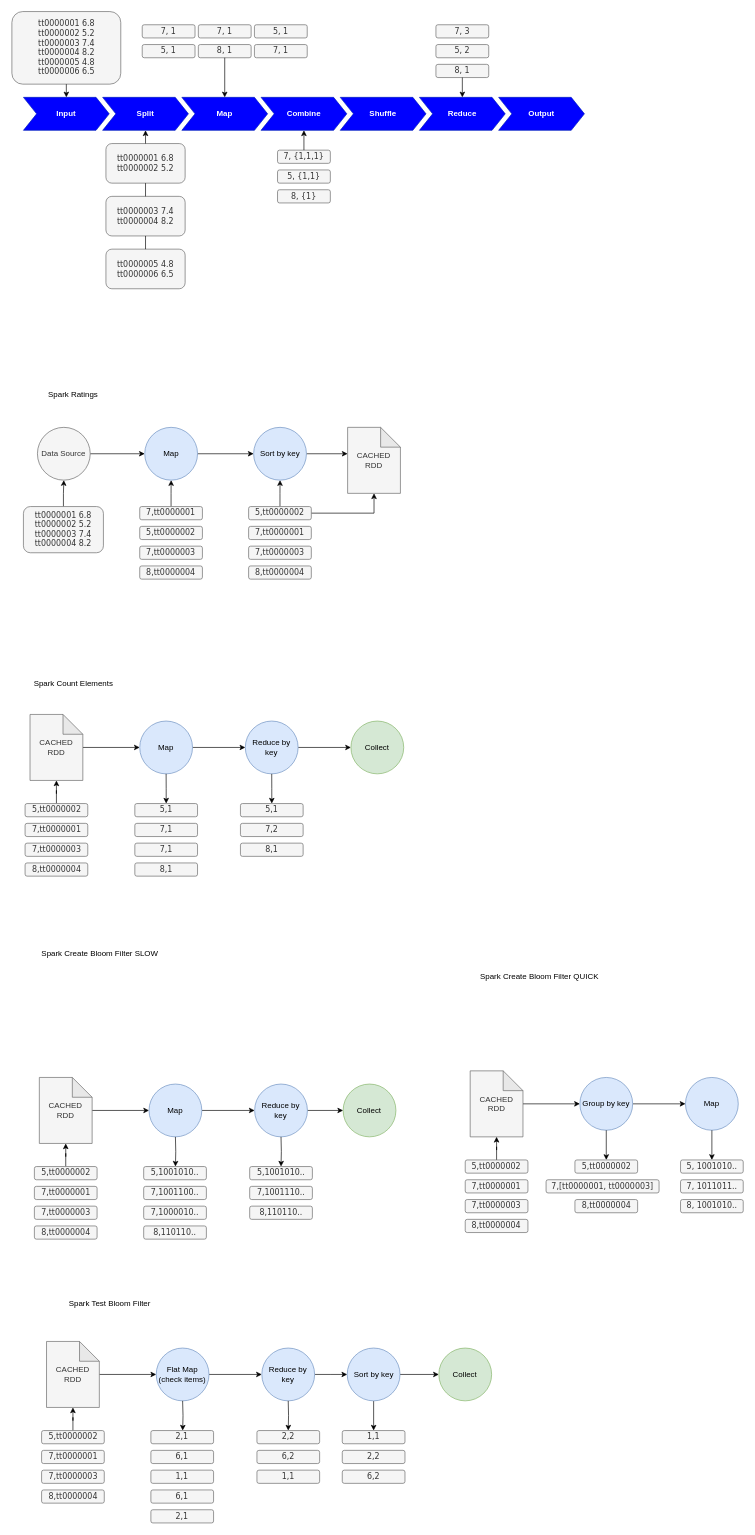
Earlier version of the draw.io diagram diagrams.drawio (MacroBet/cloud_computing_project). Source tidied: cells renumbered, new cells numbered last; positions are measured from the earlier drawing's top-left corner, leaving out a move shared by most shapes. Both pictures are drawn from the tidied source at 66%, with x=0, y=0 at pixel (11, 11).
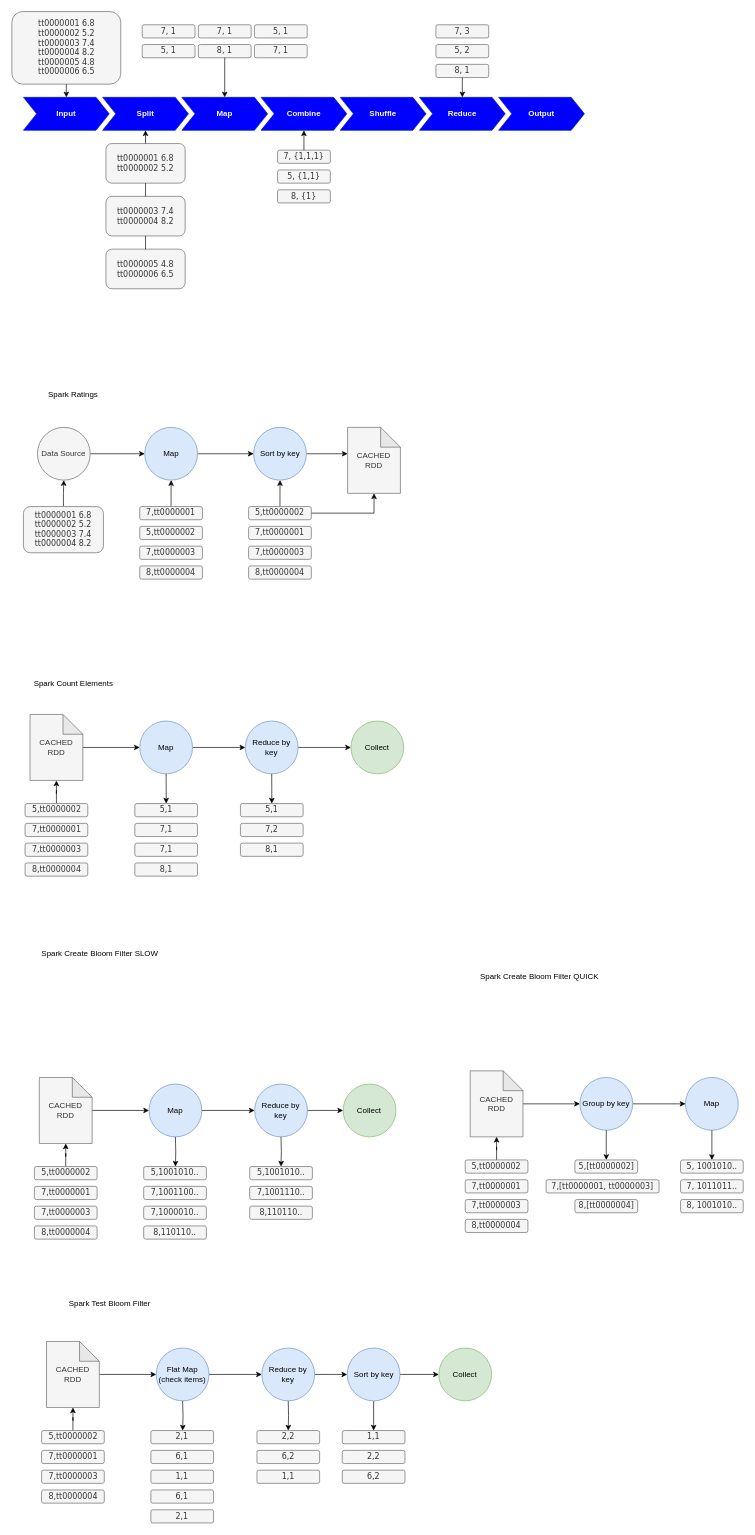
Above is the later version.

Diff of the diagram source:
```diff
@@
-    <mxCell id="86" value="&lt;span style=&quot;font-family: Verdana;&quot;&gt;5,tt0000002&lt;/span&gt;" style="rounded=1;whiteSpace=wrap;html=1;fillColor=#f5f5f5;fontColor=#333333;strokeColor=#666666;" parent="1" vertex="1">
+    <mxCell id="86" value="&lt;span style=&quot;font-family: Verdana;&quot;&gt;5,[tt0000002]&lt;/span&gt;" style="rounded=1;whiteSpace=wrap;html=1;fillColor=#f5f5f5;fontColor=#333333;strokeColor=#666666;" parent="1" vertex="1">
       <mxGeometry x="853.6" y="1740" width="95" height="20" as="geometry" />
     </mxCell>
-    <mxCell id="87" value="&lt;div&gt;&lt;/div&gt;&lt;span style=&quot;font-family: Verdana;&quot;&gt;8,tt0000004&lt;/span&gt;" style="rounded=1;whiteSpace=wrap;html=1;fillColor=#f5f5f5;fontColor=#333333;strokeColor=#666666;" parent="1" vertex="1">
+    <mxCell id="87" value="&lt;div&gt;&lt;/div&gt;&lt;span style=&quot;font-family: Verdana;&quot;&gt;8,[tt0000004]&lt;/span&gt;" style="rounded=1;whiteSpace=wrap;html=1;fillColor=#f5f5f5;fontColor=#333333;strokeColor=#666666;" parent="1" vertex="1">
       <mxGeometry x="853.6" y="1800" width="95" height="20" as="geometry" />
     </mxCell>
```
